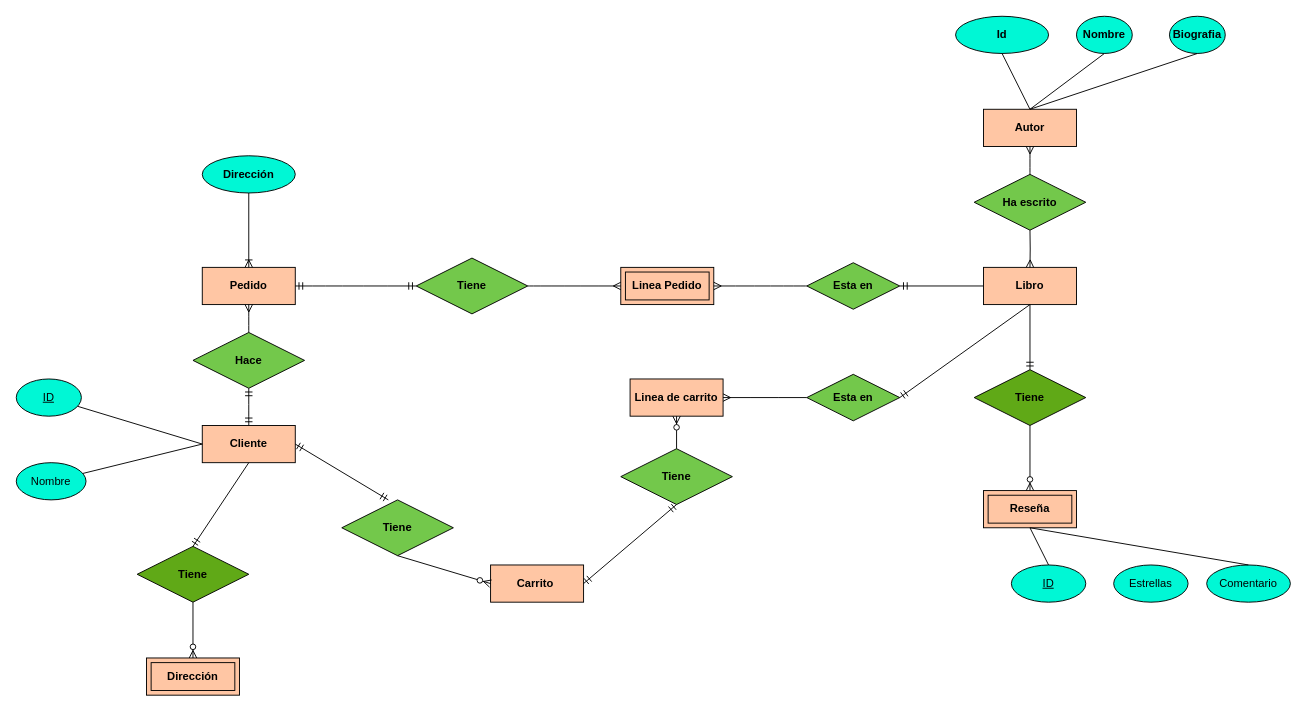
This is 00-er-partida.drawio from dawnrock/diagrams, a draw.io file, before an edit. Source tidied: cells renumbered, new cells numbered last; positions are measured from the earlier drawing's top-left corner, leaving out a move shared by most shapes. Both pictures are drawn from the tidied source at 93%, with x=0, y=0 at pixel (16, 16).
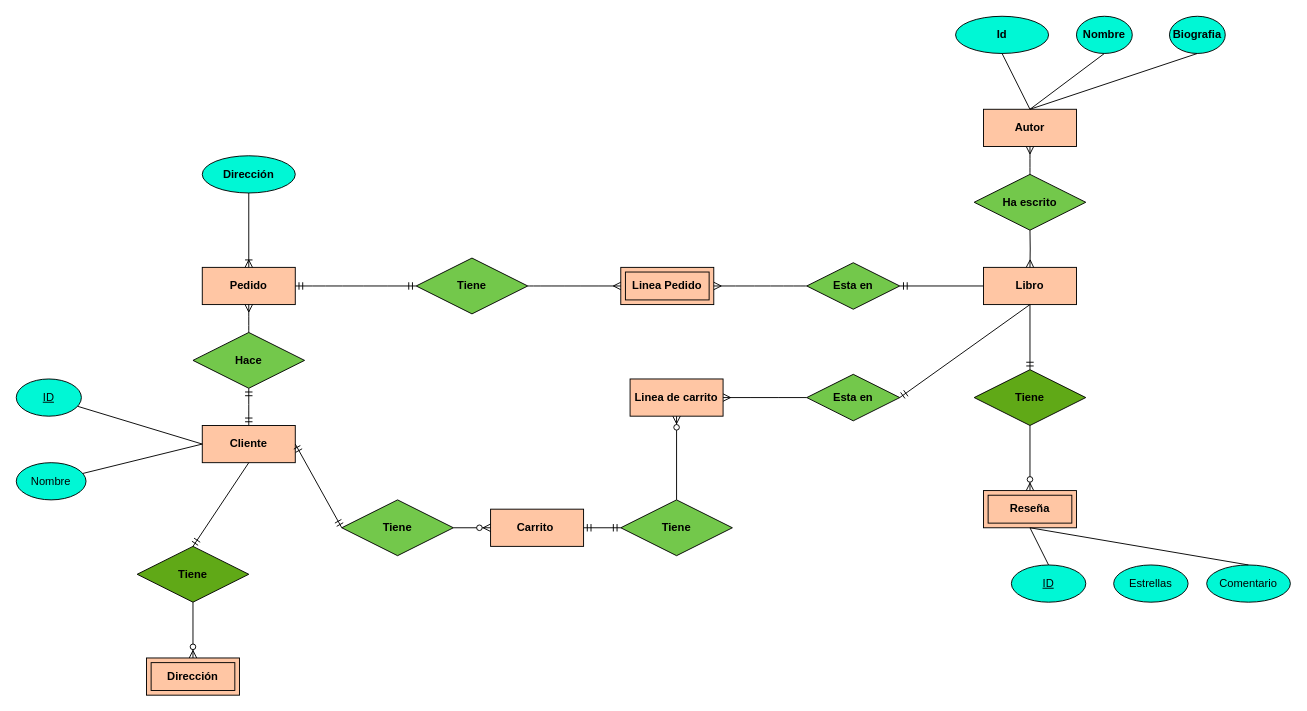
The same diagram, later.

Unchanged cells that the change refers to:
```xml
<mxCell id="7" value="&lt;b&gt;Cliente&lt;/b&gt;" style="whiteSpace=wrap;html=1;align=center;fillColor=#FFC6A4;" parent="1" vertex="1">
  <mxGeometry x="200" y="440" width="100" height="40" as="geometry" />
</mxCell>
<mxCell id="45" value="&lt;b&gt;Tiene&lt;/b&gt;" style="shape=rhombus;perimeter=rhombusPerimeter;whiteSpace=wrap;html=1;align=center;fillColor=#73C84B;" parent="1" vertex="1">
  <mxGeometry x="350" y="520" width="120" height="60" as="geometry" />
</mxCell>
```

Diff of the diagram source:
```diff
@@
     <mxCell id="44" value="&lt;b&gt;Carrito&amp;nbsp;&lt;/b&gt;" style="whiteSpace=wrap;html=1;align=center;fontColor=#000000;strokeColor=#000000;fillColor=#FFC6A4;" parent="1" vertex="1">
-      <mxGeometry x="510" y="590" width="100" height="40" as="geometry" />
+      <mxGeometry x="510" y="530" width="100" height="40" as="geometry" />
     </mxCell>
@@
     <mxCell id="46" value="&lt;b&gt;Tiene&lt;/b&gt;" style="shape=rhombus;perimeter=rhombusPerimeter;whiteSpace=wrap;html=1;align=center;fillColor=#73C84B;" parent="1" vertex="1">
-      <mxGeometry x="650" y="465" width="120" height="60" as="geometry" />
+      <mxGeometry x="650" y="520" width="120" height="60" as="geometry" />
     </mxCell>
@@
-    <mxCell id="52" style="fontSize=12;html=1;endArrow=ERmandOne;startArrow=ERmandOne;rounded=0;fontColor=#000000;exitX=1;exitY=0.5;exitDx=0;exitDy=0;entryX=0.5;entryY=1;entryDx=0;entryDy=0;" parent="1" edge="1" source="44" target="46">
+    <mxCell id="52" style="fontSize=12;html=1;endArrow=ERmandOne;startArrow=ERmandOne;rounded=0;fontColor=#000000;exitX=1;exitY=0.5;exitDx=0;exitDy=0;entryX=0;entryY=0.5;entryDx=0;entryDy=0;" parent="1" edge="1" source="44" target="46">
       <mxGeometry relative="1" as="geometry" />
     </mxCell>
-    <mxCell id="53" style="fontSize=12;html=1;endArrow=ERzeroToMany;endFill=1;rounded=0;fontColor=#000000;exitX=0.5;exitY=1;exitDx=0;exitDy=0;entryX=0;entryY=0.5;entryDx=0;entryDy=0;" parent="1" edge="1" source="45" target="44">
+    <mxCell id="53" style="fontSize=12;html=1;endArrow=ERzeroToMany;endFill=1;rounded=0;fontColor=#000000;exitX=1;exitY=0.5;exitDx=0;exitDy=0;entryX=0;entryY=0.5;entryDx=0;entryDy=0;" parent="1" edge="1" source="45" target="44">
       <mxGeometry relative="1" as="geometry" />
     </mxCell>
-    <mxCell id="54" style="fontSize=12;html=1;endArrow=ERmandOne;startArrow=ERmandOne;rounded=0;fontColor=#000000;exitX=1;exitY=0.5;exitDx=0;exitDy=0;entryX=0.417;entryY=0;entryDx=0;entryDy=0;entryPerimeter=0;" parent="1" edge="1" source="7" target="45">
+    <mxCell id="54" style="fontSize=12;html=1;endArrow=ERmandOne;startArrow=ERmandOne;rounded=0;fontColor=#000000;exitX=1;exitY=0.5;exitDx=0;exitDy=0;entryX=0;entryY=0.5;entryDx=0;entryDy=0;" parent="1" edge="1" source="7" target="45">
       <mxGeometry relative="1" as="geometry" />
     </mxCell>
```
